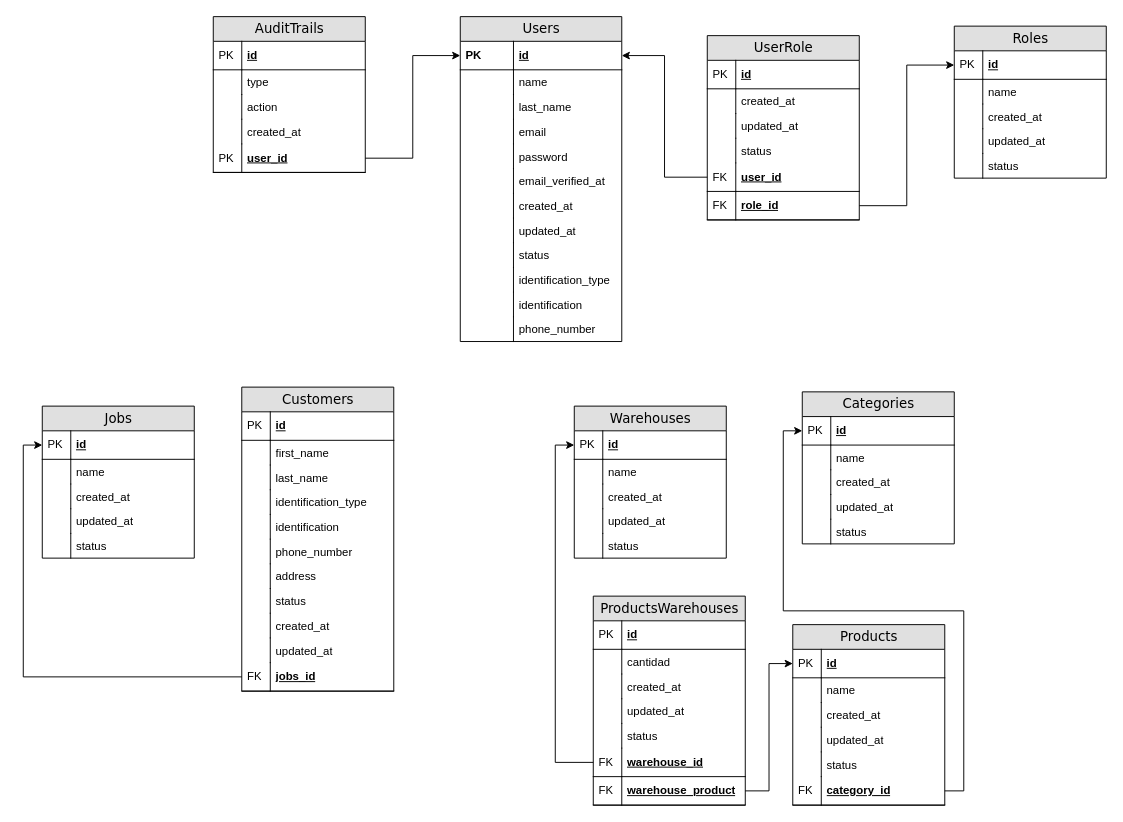
This is doc/diagrams/relational-diagram.drawio from Santym8/clean-lg, a draw.io file, before an edit. Source tidied: cells renumbered, new cells numbered last; positions are measured from the earlier drawing's top-left corner, leaving out a move shared by most shapes. Both pictures are drawn from the tidied source at 95%, with x=0, y=0 at pixel (42, 16).
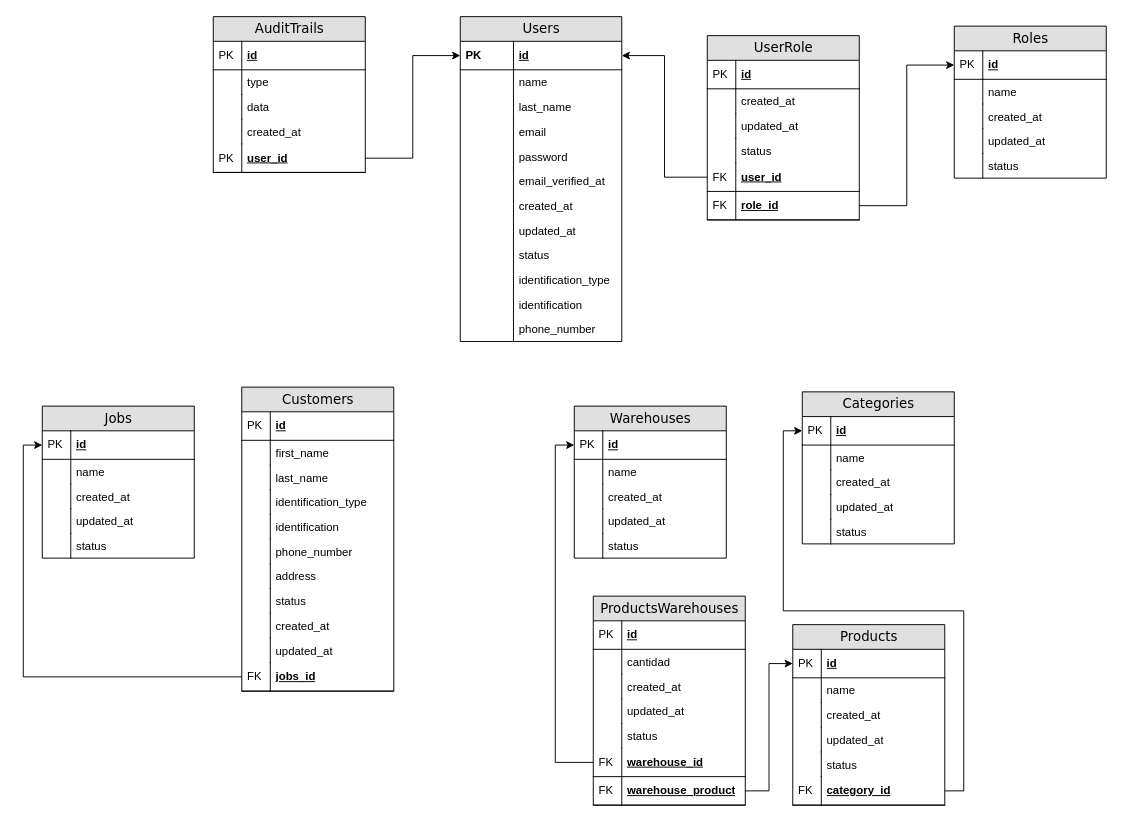
Above is the later version.

The change refers to these unchanged cells:
```xml
<mxCell id="126" value="AuditTrails" style="swimlane;html=1;fontStyle=0;horizontal=1;startSize=26;fillColor=#e0e0e0;swimlaneFillColor=#ffffff;align=center;rounded=0;shadow=0;comic=0;labelBackgroundColor=none;strokeWidth=1;fontFamily=Verdana;fontSize=14;swimlaneLine=1;" parent="1" vertex="1">
  <mxGeometry x="180" width="160" height="164" as="geometry" />
</mxCell>
```

What changed in the source:
```diff
@@
-    <mxCell id="131" value="action" style="shape=partialRectangle;top=0;left=0;right=0;bottom=0;html=1;align=left;verticalAlign=top;fillColor=none;spacingLeft=34;spacingRight=4;whiteSpace=wrap;overflow=hidden;" parent="126" vertex="1">
+    <mxCell id="131" value="data" style="shape=partialRectangle;top=0;left=0;right=0;bottom=0;html=1;align=left;verticalAlign=top;fillColor=none;spacingLeft=34;spacingRight=4;whiteSpace=wrap;overflow=hidden;" parent="126" vertex="1">
       <mxGeometry y="82" width="160" height="26" as="geometry" />
     </mxCell>
```
